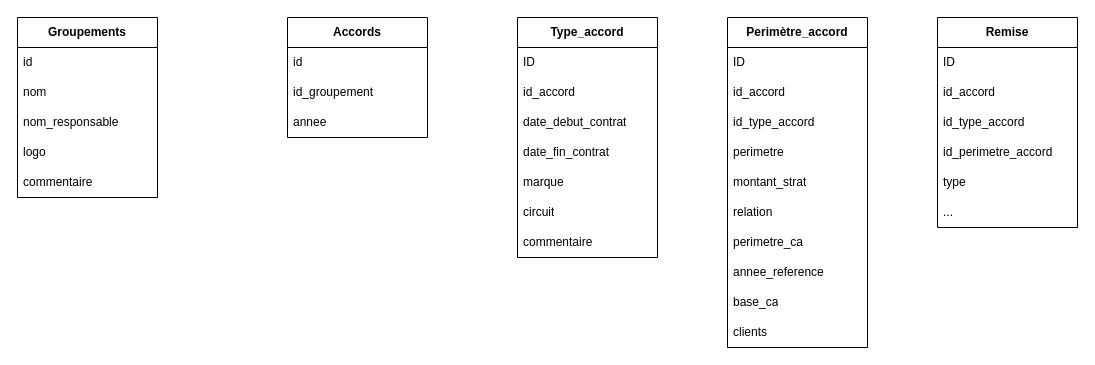
GilYounicorns/Graph keeps this draw.io diagram as Shema de données NAOS.drawio. Above is the earlier version. Source tidied: cells renumbered, new cells numbered last; positions are measured from the earlier drawing's top-left corner, leaving out a move shared by most shapes. Both pictures are drawn from the tidied source at 100%, with x=0, y=0 at pixel (17, 17).
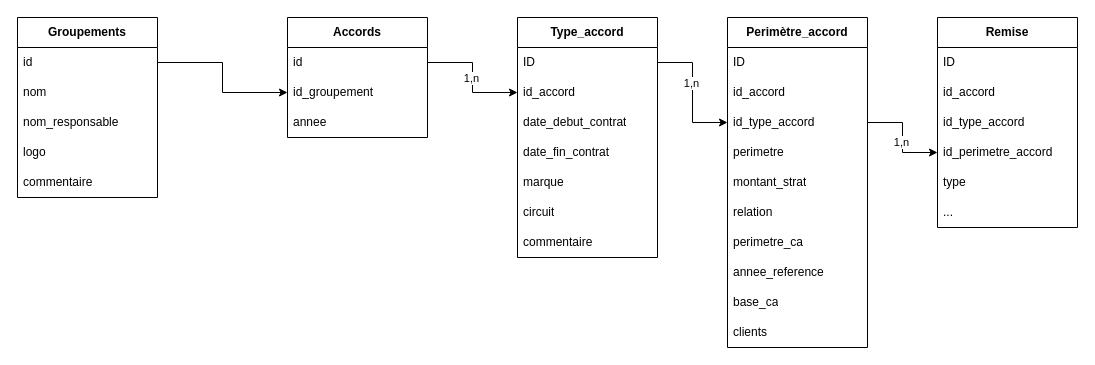
The same diagram, later.

Commit message (it also covers changes not shown here):
Mettre à jour Shema de données NAOS.drawio

Unchanged cells that the change refers to:
```xml
<mxCell id="3" value="id" style="text;strokeColor=none;fillColor=none;align=left;verticalAlign=middle;spacingLeft=4;spacingRight=4;overflow=hidden;points=[[0,0.5],[1,0.5]];portConstraint=eastwest;whiteSpace=wrap;html=1;" parent="2" vertex="1">
  <mxGeometry y="30" width="140" height="30" as="geometry" />
</mxCell>
<mxCell id="9" value="id" style="text;strokeColor=none;fillColor=none;align=left;verticalAlign=middle;spacingLeft=4;spacingRight=4;overflow=hidden;points=[[0,0.5],[1,0.5]];portConstraint=eastwest;whiteSpace=wrap;html=1;" parent="8" vertex="1">
  <mxGeometry y="30" width="140" height="30" as="geometry" />
</mxCell>
<mxCell id="10" value="id_groupement" style="text;strokeColor=none;fillColor=none;align=left;verticalAlign=middle;spacingLeft=4;spacingRight=4;overflow=hidden;points=[[0,0.5],[1,0.5]];portConstraint=eastwest;whiteSpace=wrap;html=1;" parent="8" vertex="1">
  <mxGeometry y="60" width="140" height="30" as="geometry" />
</mxCell>
<mxCell id="13" value="ID" style="text;strokeColor=none;fillColor=none;align=left;verticalAlign=middle;spacingLeft=4;spacingRight=4;overflow=hidden;points=[[0,0.5],[1,0.5]];portConstraint=eastwest;whiteSpace=wrap;html=1;" parent="12" vertex="1">
  <mxGeometry y="30" width="140" height="30" as="geometry" />
</mxCell>
<mxCell id="14" value="id_accord" style="text;strokeColor=none;fillColor=none;align=left;verticalAlign=middle;spacingLeft=4;spacingRight=4;overflow=hidden;points=[[0,0.5],[1,0.5]];portConstraint=eastwest;whiteSpace=wrap;html=1;" parent="12" vertex="1">
  <mxGeometry y="60" width="140" height="30" as="geometry" />
</mxCell>
<mxCell id="23" value="id_type_accord" style="text;strokeColor=none;fillColor=none;align=left;verticalAlign=middle;spacingLeft=4;spacingRight=4;overflow=hidden;points=[[0,0.5],[1,0.5]];portConstraint=eastwest;whiteSpace=wrap;html=1;" parent="20" vertex="1">
  <mxGeometry y="90" width="140" height="30" as="geometry" />
</mxCell>
<mxCell id="35" value="id_perimetre_accord" style="text;strokeColor=none;fillColor=none;align=left;verticalAlign=middle;spacingLeft=4;spacingRight=4;overflow=hidden;points=[[0,0.5],[1,0.5]];portConstraint=eastwest;whiteSpace=wrap;html=1;" parent="31" vertex="1">
  <mxGeometry y="120" width="140" height="30" as="geometry" />
</mxCell>
```

The edit, as a diff of the source:
```diff
@@
+    <mxCell id="38" style="edgeStyle=orthogonalEdgeStyle;rounded=0;jettySize=auto;html=1;" parent="1" edge="1" source="3" target="10">
+      <mxGeometry relative="1" as="geometry" />
+    </mxCell>
+    <mxCell id="39" style="edgeStyle=orthogonalEdgeStyle;rounded=0;jettySize=auto;html=1;entryX=0;entryY=0.5;entryDx=0;entryDy=0;" parent="1" edge="1" source="9" target="14">
+      <mxGeometry relative="1" as="geometry" />
+    </mxCell>
+    <mxCell id="40" value="1,n" style="edgeLabel;html=1;align=center;verticalAlign=middle;" parent="39" vertex="1">
+      <mxGeometry y="-2" relative="1" as="geometry" />
+    </mxCell>
+    <mxCell id="41" style="edgeStyle=orthogonalEdgeStyle;rounded=0;jettySize=auto;html=1;entryX=0;entryY=0.5;entryDx=0;entryDy=0;" parent="1" edge="1" source="13" target="23">
+      <mxGeometry relative="1" as="geometry" />
+    </mxCell>
+    <mxCell id="42" value="1,n" style="edgeLabel;html=1;align=center;verticalAlign=middle;" parent="41" vertex="1">
+      <mxGeometry x="-0.15" y="-2" relative="1" as="geometry" />
+    </mxCell>
+    <mxCell id="43" style="edgeStyle=orthogonalEdgeStyle;rounded=0;jettySize=auto;html=1;entryX=0;entryY=0.5;entryDx=0;entryDy=0;" parent="1" edge="1" source="23" target="35">
+      <mxGeometry relative="1" as="geometry" />
+    </mxCell>
+    <mxCell id="44" value="1,n" style="edgeLabel;html=1;align=center;verticalAlign=middle;" parent="43" vertex="1">
+      <mxGeometry x="0.08" y="-2" relative="1" as="geometry" />
+    </mxCell>
```
